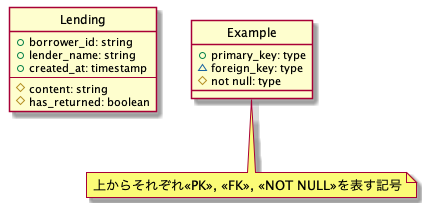
This is document/er.png from TOMOFUMI-KONDO/intern-line-bot, a PlantUML export, as it was before one commit.
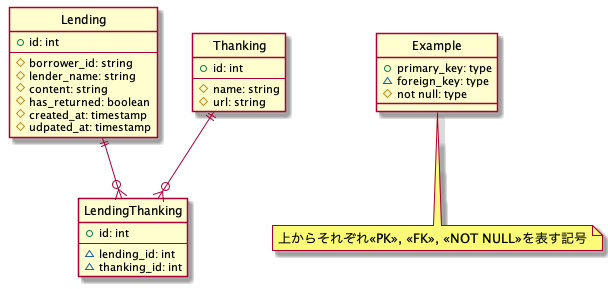
The same file after the commit.

Diff of the diagram source:
```diff
@@ -4,13 +4,32 @@
 skinparam inetype ortho
 
 entity Lending {
-    +borrower_id: string
-    +lender_name: string
-    +created_at: timestamp
+    +id: int
     --
+    #borrower_id: string
+    #lender_name: string
     #content: string
     #has_returned: boolean
+    #created_at: timestamp
+    #udpated_at: timestamp
 }
+
+entity Thanking {
+    +id: int
+    --
+    #name: string
+    #url: string
+}
+
+entity LendingThanking {
+    +id: int
+    --
+    ~lending_id: int
+    ~thanking_id: int
+}
+
+Lending ||--o{ LendingThanking
+Thanking ||--o{ LendingThanking
 
 entity Example {
     +primary_key: type
```
